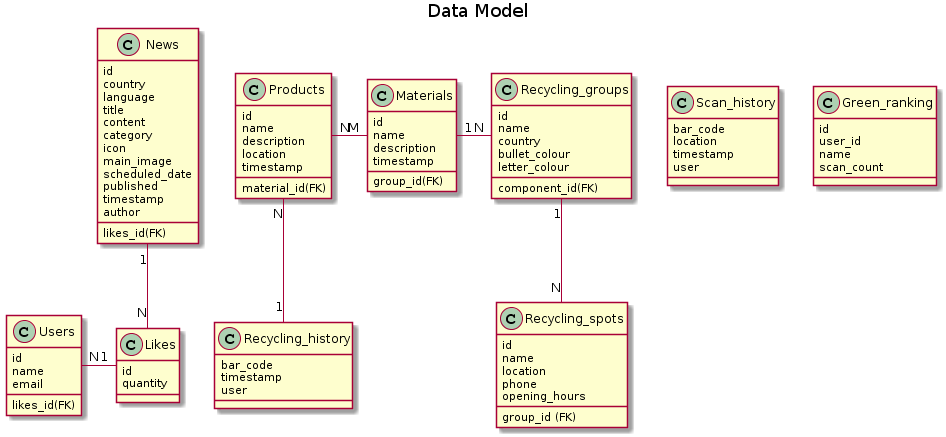
Above: doc/datamodel.png in storrellas/recycling (PlantUML), before the change. The source it was exported from:
```plantuml
@startuml
title Data Model


class Products {
  id
  name
  description
  location
  timestamp
  material_id(FK)
}

class Materials {
  id
  name
  description
  group_id(FK)
  timestamp
}

class Recycling_groups {
  id
  name
  country
  component_id(FK)
  bullet_colour
  letter_colour
}

class Recycling_spots {
  id
  name
  location
  phone
  opening_hours
  group_id (FK)
}

class Scan_history {
  bar_code
  location
  timestamp
  user
}

class Recycling_history {
  bar_code
  timestamp
  user
}

class News {
  id
  country
  language
  title
  content
  category
  icon
  main_image
  scheduled_date
  published
  timestamp
  author
  likes_id(FK)
}

class Likes {
  id
  quantity
}

class Users {
  id
  name
  email
  likes_id(FK)
}

class Green_ranking {
  id
  user_id
  name
  scan_count
}


Products "N" -right- "M" Materials
Materials "1" -right- "N" Recycling_groups
Recycling_groups "1" -down- "N" Recycling_spots
Recycling_history "1" -up- "N" Products
News "1" -down- "N" Likes
Likes "1" -left- "N" Users
@enduml
```
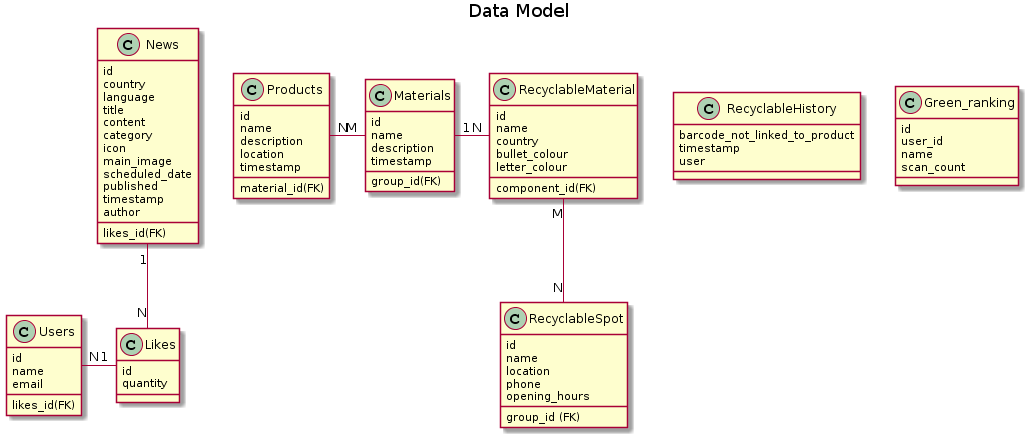
Above is the later version.

Commit message:
ENH: Updated figures

Change to the diagram source:
```diff
@@ -19,7 +19,7 @@
   timestamp
 }
 
-class Recycling_groups {
+class RecyclableMaterial {
   id
   name
   country
@@ -28,7 +28,7 @@
   letter_colour
 }
 
-class Recycling_spots {
+class RecyclableSpot {
   id
   name
   location
@@ -37,15 +37,8 @@
   group_id (FK)
 }
 
-class Scan_history {
-  bar_code
-  location
-  timestamp
-  user
-}
-
-class Recycling_history {
-  bar_code
+class RecyclableHistory {
+  barcode_not_linked_to_product
   timestamp
   user
 }
@@ -87,9 +80,8 @@
 
 
 Products "N" -right- "M" Materials
-Materials "1" -right- "N" Recycling_groups
-Recycling_groups "1" -down- "N" Recycling_spots
-Recycling_history "1" -up- "N" Products
+Materials "1" -right- "N" RecyclableMaterial
+RecyclableMaterial "M" -down- "N" RecyclableSpot
 News "1" -down- "N" Likes
 Likes "1" -left- "N" Users
 @enduml
```
